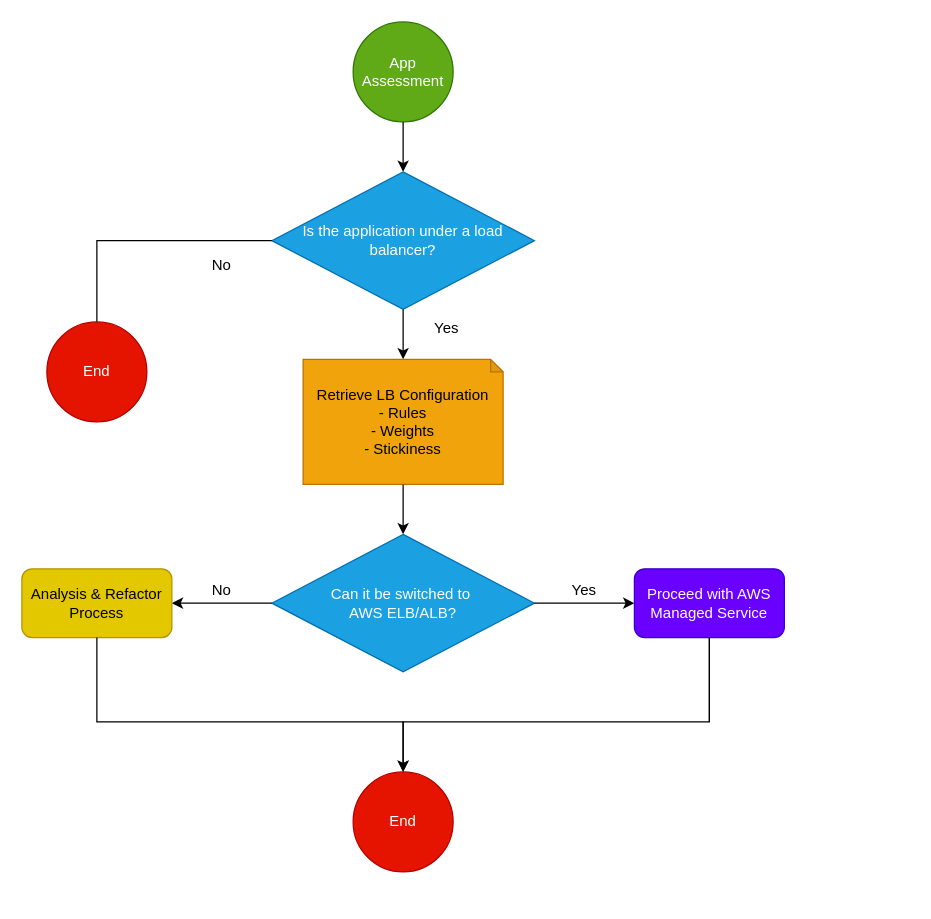
Earlier version of the draw.io diagram LB-DecisionTree.drawio (anthonygea/mycv). Source tidied: cells renumbered, new cells numbered last; positions are measured from the earlier drawing's top-left corner, leaving out a move shared by most shapes. Both pictures are drawn from the tidied source at 125%, with x=0, y=0 at pixel (21, 21).
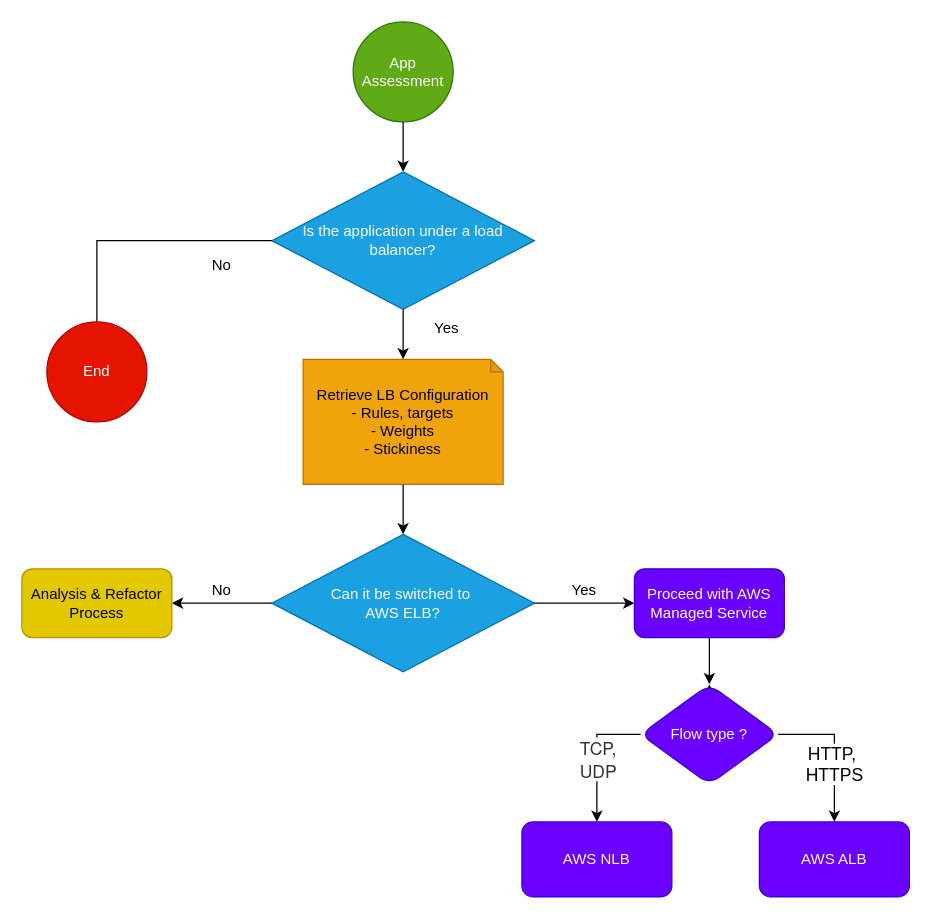
The same page after the edit.

Commit message:
Mettre à jour LB-DecisionTree.drawio

Unchanged cells that the change refers to:
```xml
<mxCell id="10" value="Proceed with AWS Managed Service" style="rounded=1;whiteSpace=wrap;html=1;fillColor=#6a00ff;fontColor=#ffffff;strokeColor=#3700CC;" parent="1" vertex="1">
  <mxGeometry x="490" y="437.5" width="120" height="55" as="geometry" />
</mxCell>
<mxCell id="12" value="Analysis &amp;amp; Refactor Process" style="rounded=1;whiteSpace=wrap;html=1;fillColor=#e3c800;fontColor=#000000;strokeColor=#B09500;" parent="1" vertex="1">
  <mxGeometry y="437.5" width="120" height="55" as="geometry" />
</mxCell>
```

The edit, as a diff of the source:
```diff
@@
-    <mxCell id="6" value="Retrieve LB Configuration&lt;br&gt;- Rules&lt;br&gt;- Weights&lt;br&gt;- Stickiness" style="shape=note;whiteSpace=wrap;html=1;backgroundOutline=1;darkOpacity=0.05;size=10;fillColor=#f0a30a;fontColor=#000000;strokeColor=#BD7000;" parent="1" vertex="1">
+    <mxCell id="6" value="Retrieve LB Configuration&lt;br&gt;- Rules, targets&lt;br&gt;- Weights&lt;br&gt;- Stickiness" style="shape=note;whiteSpace=wrap;html=1;backgroundOutline=1;darkOpacity=0.05;size=10;fillColor=#f0a30a;fontColor=#000000;strokeColor=#BD7000;" parent="1" vertex="1">
       <mxGeometry x="225" y="270" width="160" height="100" as="geometry" />
     </mxCell>
@@
-    <mxCell id="8" value="Can it be switched to&amp;nbsp;&lt;div&gt;AWS ELB/ALB?&lt;/div&gt;" style="rhombus;whiteSpace=wrap;html=1;fillColor=#1ba1e2;fontColor=#ffffff;strokeColor=#006EAF;" parent="1" vertex="1">
+    <mxCell id="8" value="Can it be switched to&amp;nbsp;&lt;div&gt;AWS ELB?&lt;/div&gt;" style="rhombus;whiteSpace=wrap;html=1;fillColor=#1ba1e2;fontColor=#ffffff;strokeColor=#006EAF;" parent="1" vertex="1">
       <mxGeometry x="200" y="410" width="210" height="110" as="geometry" />
     </mxCell>
@@
+    <mxCell id="23" style="edgeStyle=orthogonalEdgeStyle;rounded=0;jettySize=auto;html=1;" parent="1" edge="1" source="10" target="30">
+      <mxGeometry relative="1" as="geometry" />
+    </mxCell>
@@
-    <mxCell id="18" style="endArrow=none;html=1;rounded=0;entryX=0.5;entryY=1;entryDx=0;entryDy=0;" parent="1" edge="1" target="10">
-      <mxGeometry relative="1" as="geometry">
-        <mxPoint x="550" y="560" as="sourcePoint" />
-      </mxGeometry>
-    </mxCell>
@@
-    <mxCell id="20" value="End" style="ellipse;whiteSpace=wrap;html=1;fillColor=#e51400;fontColor=#ffffff;strokeColor=#B20000;" parent="1" vertex="1">
-      <mxGeometry x="265" y="600" width="80" height="80" as="geometry" />
-    </mxCell>
-    <mxCell id="21" style="endArrow=classic;html=1;rounded=0;" parent="1" edge="1" source="10" target="20">
-      <mxGeometry relative="1" as="geometry">
-        <Array as="points">
-          <mxPoint x="550" y="560" />
-          <mxPoint x="305" y="560" />
-        </Array>
-      </mxGeometry>
-    </mxCell>
-    <mxCell id="22" style="endArrow=classic;html=1;rounded=0;" parent="1" edge="1" source="12" target="20">
-      <mxGeometry relative="1" as="geometry">
-        <Array as="points">
-          <mxPoint x="60" y="560" />
-          <mxPoint x="305" y="560" />
-        </Array>
-      </mxGeometry>
-    </mxCell>
+    <mxCell id="24" value="&lt;font style=&quot;font-size: 14px;&quot;&gt;HTTP,&amp;nbsp;&lt;/font&gt;&lt;div&gt;&lt;font style=&quot;font-size: 14px;&quot;&gt;HTTPS&lt;/font&gt;&lt;/div&gt;" style="edgeStyle=orthogonalEdgeStyle;rounded=0;jettySize=auto;html=1;exitX=1;exitY=0.5;exitDx=0;exitDy=0;" parent="1" edge="1" source="30" target="27">
+      <mxGeometry x="0.2" relative="1" as="geometry" />
+    </mxCell>
+    <mxCell id="25" style="edgeStyle=orthogonalEdgeStyle;rounded=0;jettySize=auto;html=1;exitX=0;exitY=0.5;exitDx=0;exitDy=0;" parent="1" edge="1" source="30" target="28">
+      <mxGeometry relative="1" as="geometry" />
+    </mxCell>
+    <mxCell id="26" value="&lt;span style=&quot;text-align: start; white-space: normal; caret-color: rgb(51, 51, 51); font-family: AmazonEmber, &amp;quot;Helvetica Neue&amp;quot;, Helvetica, Arial, sans-serif; font-size: 14px; color: light-dark(rgb(51, 51, 51), rgb(255, 255, 255));&quot;&gt;TCP, UDP&lt;/span&gt;" style="edgeLabel;html=1;align=center;verticalAlign=middle;" parent="25" vertex="1">
+      <mxGeometry x="0.03" y="-2" relative="1" as="geometry">
+        <mxPoint x="2" as="offset" />
+      </mxGeometry>
+    </mxCell>
+    <mxCell id="27" value="AWS ALB" style="whiteSpace=wrap;html=1;fillColor=#6a00ff;strokeColor=#3700CC;fontColor=#ffffff;rounded=1;" parent="1" vertex="1">
+      <mxGeometry x="590" y="640" width="120" height="60" as="geometry" />
+    </mxCell>
+    <mxCell id="28" value="AWS NLB" style="whiteSpace=wrap;html=1;fillColor=#6a00ff;strokeColor=#3700CC;fontColor=#ffffff;rounded=1;" parent="1" vertex="1">
+      <mxGeometry x="400" y="640" width="120" height="60" as="geometry" />
+    </mxCell>
+    <mxCell id="29" style="edgeStyle=orthogonalEdgeStyle;rounded=0;jettySize=auto;html=1;" parent="1" edge="1" target="30">
+      <mxGeometry relative="1" as="geometry">
+        <mxPoint x="540" y="570" as="sourcePoint" />
+      </mxGeometry>
+    </mxCell>
+    <mxCell id="30" value="Flow type ?" style="rhombus;whiteSpace=wrap;html=1;fillColor=#6a00ff;strokeColor=#3700CC;fontColor=#ffffff;rounded=1;" parent="1" vertex="1">
+      <mxGeometry x="495" y="530" width="110" height="80" as="geometry" />
+    </mxCell>
```
